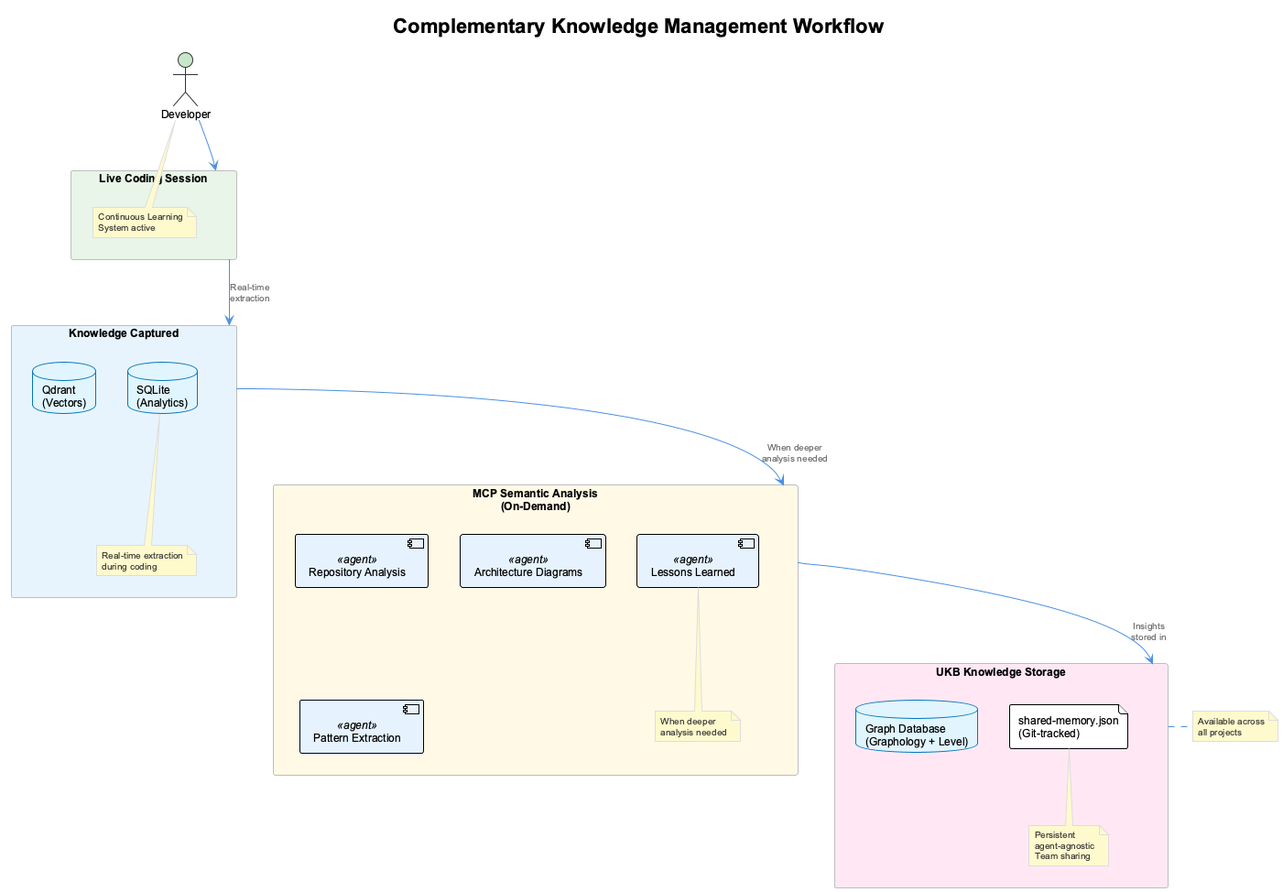
The PlantUML diagram docs/images/complementary-workflow.png in fwornle/coding, before a commit.
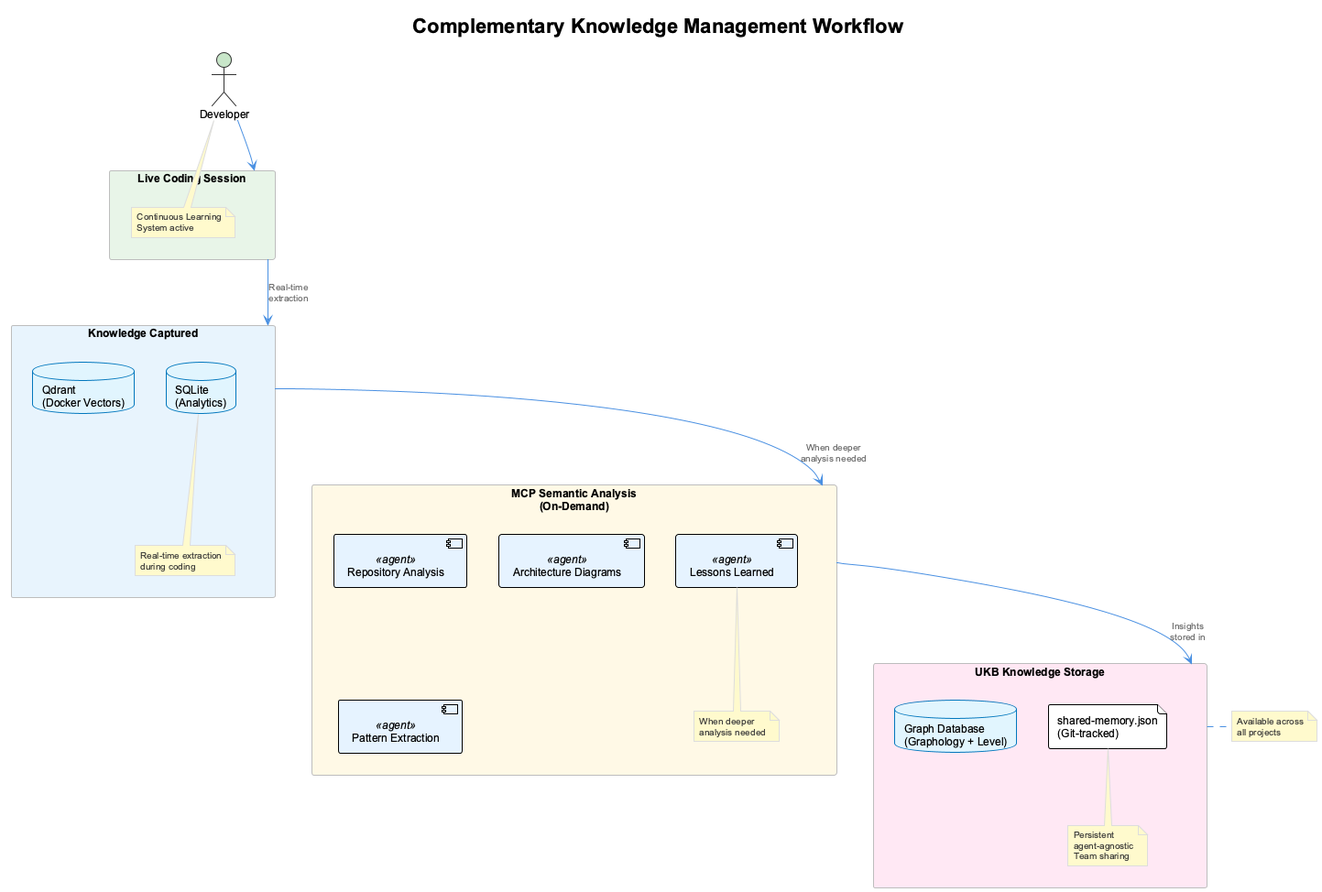
Later version of the same file.

Change to the diagram source:
```diff
@@ -13,7 +13,7 @@
 }
 
 rectangle "Knowledge Captured" as captured #E8F4FD {
-  database "Qdrant\n(Vectors)" as qdrant
+  database "Qdrant\n(Docker Vectors)" as qdrant
   database "SQLite\n(Analytics)" as sqlite
 
   note bottom
```
